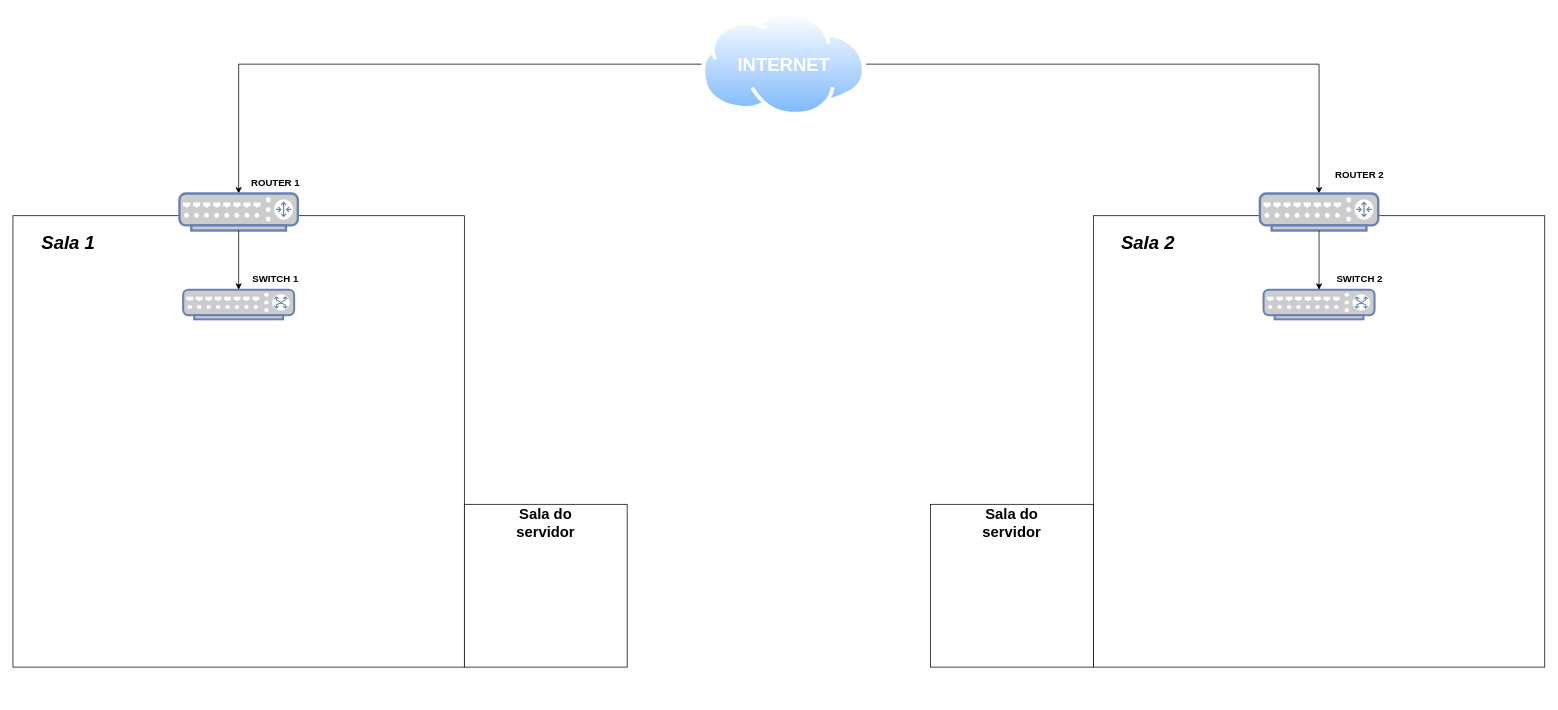
The draw.io diagram SprintNetwork.drawio in PanaceaInnovation/PannaceaInnovation-Network, before the edit. Source tidied: cells renumbered, new cells numbered last; positions are measured from the earlier drawing's top-left corner, leaving out a move shared by most shapes. Both pictures are drawn from the tidied source at 74%, with x=0, y=0 at pixel (13, 12).
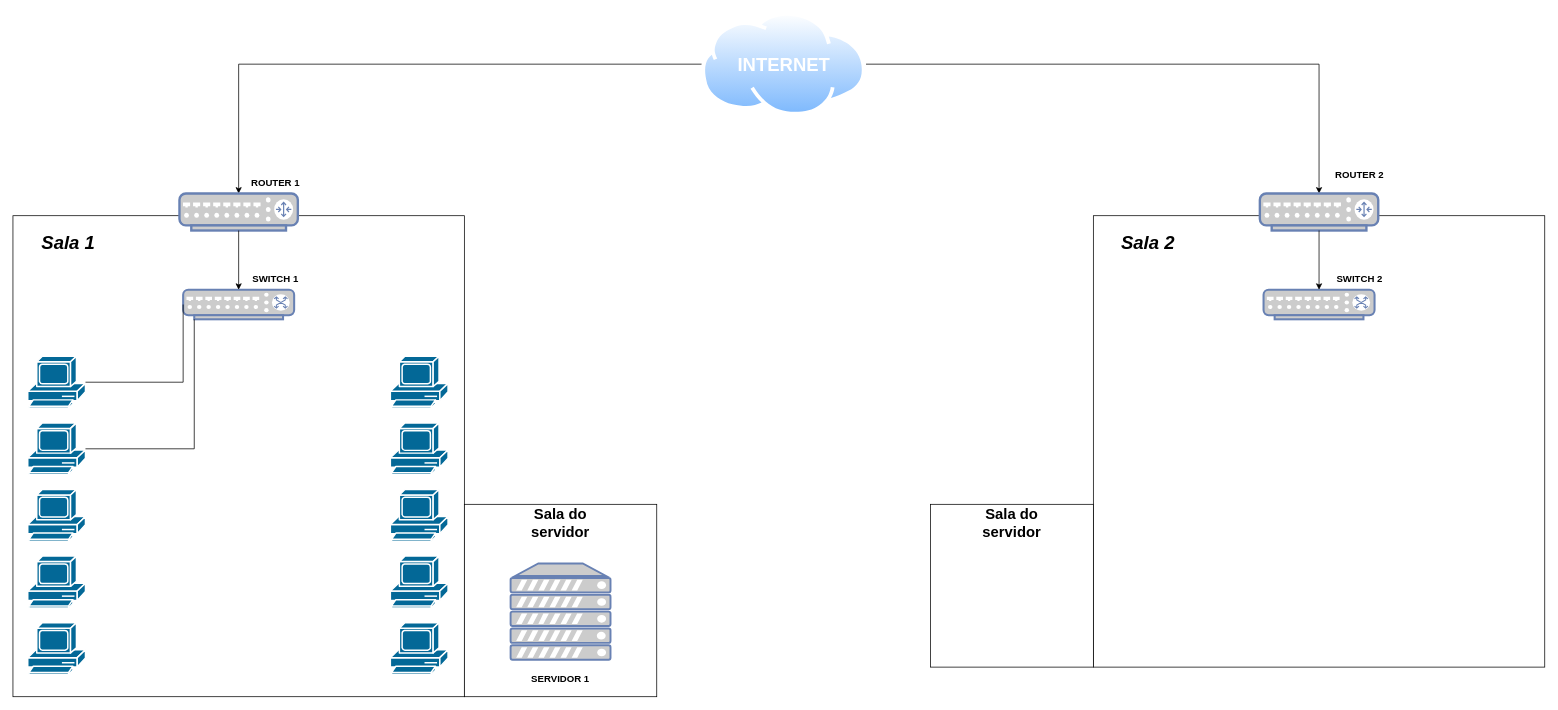
After the change.

Unchanged cells that the change refers to:
```xml
<mxCell id="10" style="fontColor=#0066CC;verticalAlign=top;verticalLabelPosition=bottom;labelPosition=center;align=center;html=1;outlineConnect=0;fillColor=#CCCCCC;strokeColor=#6881B3;gradientColor=none;gradientDirection=north;strokeWidth=2;shape=mxgraph.networks.switch;" parent="1" vertex="1">
  <mxGeometry x="230" y="375" width="150" height="40" as="geometry" />
</mxCell>
```

The edit, as a diff of the source:
```diff
@@
     <mxCell id="3" style="rounded=0;whiteSpace=wrap;html=1;" parent="1" vertex="1">
-      <mxGeometry y="275" width="610" height="610" as="geometry" />
+      <mxGeometry y="275" width="610" height="650" as="geometry" />
     </mxCell>
@@
     <mxCell id="14" style="whiteSpace=wrap;html=1;" parent="1" vertex="1">
-      <mxGeometry x="610" y="665" width="220" height="220" as="geometry" />
+      <mxGeometry x="610" y="665" width="260" height="260" as="geometry" />
     </mxCell>
     <mxCell id="15" value="Sala do servidor" style="rounded=0;whiteSpace=wrap;html=1;strokeColor=none;fillColor=none;strokeWidth=2;fontSize=20;fontStyle=1;" parent="1" vertex="1">
-      <mxGeometry x="645" y="675" width="150" height="30" as="geometry" />
+      <mxGeometry x="665" y="675" width="150" height="30" as="geometry" />
     </mxCell>
@@
+    <mxCell id="24" style="shape=mxgraph.cisco.computers_and_peripherals.pc;html=1;dashed=0;fillColor=#036897;strokeColor=#ffffff;strokeWidth=2;verticalLabelPosition=bottom;verticalAlign=top;align=center;outlineConnect=0;" parent="1" vertex="1">
+      <mxGeometry x="20" y="465" width="78" height="70" as="geometry" />
+    </mxCell>
+    <mxCell id="25" style="shape=mxgraph.cisco.computers_and_peripherals.pc;html=1;dashed=0;fillColor=#036897;strokeColor=#ffffff;strokeWidth=2;verticalLabelPosition=bottom;verticalAlign=top;align=center;outlineConnect=0;" parent="1" vertex="1">
+      <mxGeometry x="20" y="555" width="78" height="70" as="geometry" />
+    </mxCell>
+    <mxCell id="26" style="shape=mxgraph.cisco.computers_and_peripherals.pc;html=1;dashed=0;fillColor=#036897;strokeColor=#ffffff;strokeWidth=2;verticalLabelPosition=bottom;verticalAlign=top;align=center;" parent="1" vertex="1">
+      <mxGeometry x="20" y="645" width="78" height="70" as="geometry" />
+    </mxCell>
+    <mxCell id="27" style="shape=mxgraph.cisco.computers_and_peripherals.pc;html=1;dashed=0;fillColor=#036897;strokeColor=#ffffff;strokeWidth=2;verticalLabelPosition=bottom;verticalAlign=top;align=center;" parent="1" vertex="1">
+      <mxGeometry x="20" y="735" width="78" height="70" as="geometry" />
+    </mxCell>
+    <mxCell id="28" style="shape=mxgraph.cisco.computers_and_peripherals.pc;html=1;dashed=0;fillColor=#036897;strokeColor=#ffffff;strokeWidth=2;verticalLabelPosition=bottom;verticalAlign=top;align=center;" parent="1" vertex="1">
+      <mxGeometry x="20" y="825" width="78" height="70" as="geometry" />
+    </mxCell>
+    <mxCell id="29" style="shape=mxgraph.cisco.computers_and_peripherals.pc;html=1;dashed=0;fillColor=#036897;strokeColor=#ffffff;strokeWidth=2;verticalLabelPosition=bottom;verticalAlign=top;align=center;" parent="1" vertex="1">
+      <mxGeometry x="510" y="465" width="78" height="70" as="geometry" />
+    </mxCell>
+    <mxCell id="30" style="shape=mxgraph.cisco.computers_and_peripherals.pc;html=1;dashed=0;fillColor=#036897;strokeColor=#ffffff;strokeWidth=2;verticalLabelPosition=bottom;verticalAlign=top;align=center;" parent="1" vertex="1">
+      <mxGeometry x="510" y="555" width="78" height="70" as="geometry" />
+    </mxCell>
+    <mxCell id="31" style="shape=mxgraph.cisco.computers_and_peripherals.pc;html=1;dashed=0;fillColor=#036897;strokeColor=#ffffff;strokeWidth=2;verticalLabelPosition=bottom;verticalAlign=top;align=center;" parent="1" vertex="1">
+      <mxGeometry x="510" y="645" width="78" height="70" as="geometry" />
+    </mxCell>
+    <mxCell id="32" style="shape=mxgraph.cisco.computers_and_peripherals.pc;html=1;dashed=0;fillColor=#036897;strokeColor=#ffffff;strokeWidth=2;verticalLabelPosition=bottom;verticalAlign=top;align=center;" parent="1" vertex="1">
+      <mxGeometry x="510" y="735" width="78" height="70" as="geometry" />
+    </mxCell>
+    <mxCell id="33" style="shape=mxgraph.cisco.computers_and_peripherals.pc;html=1;dashed=0;fillColor=#036897;strokeColor=#ffffff;strokeWidth=2;verticalLabelPosition=bottom;verticalAlign=top;align=center;" parent="1" vertex="1">
+      <mxGeometry x="510" y="825" width="78" height="70" as="geometry" />
+    </mxCell>
+    <mxCell id="34" style="endArrow=none;html=1;rounded=0;entryX=0;entryY=0.5;entryDx=0;entryDy=0;entryPerimeter=0;" parent="1" edge="1" source="24" target="10">
+      <mxGeometry relative="1" as="geometry">
+        <Array as="points">
+          <mxPoint x="230" y="500" />
+        </Array>
+      </mxGeometry>
+    </mxCell>
+    <mxCell id="35" style="endArrow=none;html=1;rounded=0;entryX=0.1;entryY=1;entryDx=0;entryDy=0;entryPerimeter=0;" parent="1" edge="1" source="25" target="10">
+      <mxGeometry relative="1" as="geometry">
+        <Array as="points">
+          <mxPoint x="245" y="590" />
+        </Array>
+      </mxGeometry>
+    </mxCell>
+    <mxCell id="36" style="fontColor=#0066CC;verticalAlign=top;verticalLabelPosition=bottom;labelPosition=center;align=center;html=1;fillColor=#CCCCCC;strokeColor=#6881B3;gradientColor=none;gradientDirection=north;strokeWidth=2;shape=mxgraph.networks.server;" parent="1" vertex="1">
+      <mxGeometry x="672.5" y="745" width="135" height="130" as="geometry" />
+    </mxCell>
+    <mxCell id="37" value="&lt;div&gt;SERVIDOR 1&lt;/div&gt;" style="rounded=0;whiteSpace=wrap;html=1;strokeColor=none;fillColor=none;strokeWidth=2;fontSize=13;fontStyle=1;" parent="1" vertex="1">
+      <mxGeometry x="675" y="885" width="130" height="30" as="geometry" />
+    </mxCell>
```
